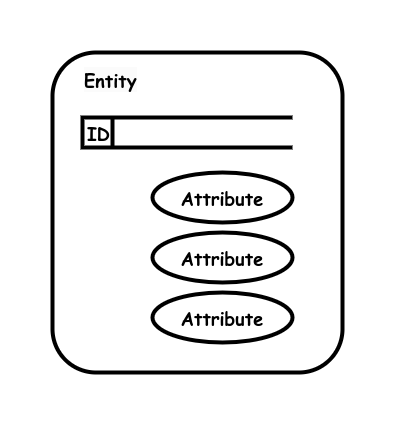
The draw.io diagram images/entity.drawio.png in garfix/architectural-patterns, before a commit. Source tidied: cells renumbered, new cells last; positions are measured from the earlier drawing's top-left corner, leaving out a move shared by most shapes. The source it was exported from:
```xml
<mxGraphModel>
  <root>
    <mxCell id="0" />
    <mxCell id="1" parent="0" />
    <mxCell id="2" value="&lt;b style=&quot;font-size: 18px;&quot;&gt;&lt;br&gt;&lt;/b&gt;" style="rounded=1;whiteSpace=wrap;html=1;strokeWidth=4;fontFamily=Comic Sans MS;fontSize=18;" parent="1" vertex="1">
      <mxGeometry width="290" height="320" as="geometry" />
    </mxCell>
    <mxCell id="3" value="&lt;b style=&quot;border-color: var(--border-color); color: rgb(0, 0, 0); font-family: &amp;quot;Comic Sans MS&amp;quot;; font-size: 18px; font-style: normal; font-variant-ligatures: normal; font-variant-caps: normal; letter-spacing: normal; orphans: 2; text-align: center; text-indent: 0px; text-transform: none; widows: 2; word-spacing: 0px; -webkit-text-stroke-width: 0px; background-color: rgb(251, 251, 251); text-decoration-thickness: initial; text-decoration-style: initial; text-decoration-color: initial;&quot;&gt;Entity&lt;/b&gt;" style="text;whiteSpace=wrap;html=1;" parent="1" vertex="1">
      <mxGeometry x="30" y="10" width="70" height="30" as="geometry" />
    </mxCell>
    <mxCell id="4" value="Attribute" style="ellipse;whiteSpace=wrap;html=1;align=center;fontStyle=1;fontSize=18;fontFamily=Comic Sans MS;strokeWidth=4;" parent="1" vertex="1">
      <mxGeometry x="100" y="120" width="140" height="50" as="geometry" />
    </mxCell>
    <mxCell id="5" value="Attribute" style="ellipse;whiteSpace=wrap;html=1;align=center;fontStyle=1;fontSize=18;fontFamily=Comic Sans MS;strokeWidth=4;" parent="1" vertex="1">
      <mxGeometry x="100" y="180" width="140" height="50" as="geometry" />
    </mxCell>
    <mxCell id="6" value="Attribute" style="ellipse;whiteSpace=wrap;html=1;align=center;fontStyle=1;fontSize=18;fontFamily=Comic Sans MS;strokeWidth=4;" parent="1" vertex="1">
      <mxGeometry x="100" y="240" width="140" height="50" as="geometry" />
    </mxCell>
    <mxCell id="7" value="ID" style="html=1;dashed=0;whiteSpace=wrap;shape=mxgraph.dfd.dataStoreID;align=left;spacingLeft=3;fontSize=18;fontFamily=Comic Sans MS;fontStyle=1;strokeWidth=4;" parent="1" vertex="1">
      <mxGeometry x="30" y="65" width="210" height="30" as="geometry" />
    </mxCell>
  </root>
</mxGraphModel>
```
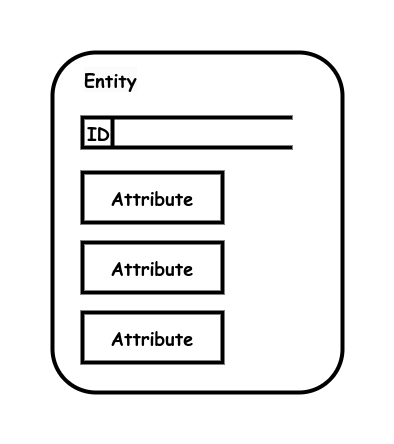
After the commit.

The edit, as a diff of the source:
```diff
@@ -3,22 +3,22 @@
     <mxCell id="0" />
     <mxCell id="1" parent="0" />
     <mxCell id="2" value="&lt;b style=&quot;font-size: 18px;&quot;&gt;&lt;br&gt;&lt;/b&gt;" style="rounded=1;whiteSpace=wrap;html=1;strokeWidth=4;fontFamily=Comic Sans MS;fontSize=18;" parent="1" vertex="1">
-      <mxGeometry width="290" height="320" as="geometry" />
+      <mxGeometry width="290" height="340" as="geometry" />
     </mxCell>
     <mxCell id="3" value="&lt;b style=&quot;border-color: var(--border-color); color: rgb(0, 0, 0); font-family: &amp;quot;Comic Sans MS&amp;quot;; font-size: 18px; font-style: normal; font-variant-ligatures: normal; font-variant-caps: normal; letter-spacing: normal; orphans: 2; text-align: center; text-indent: 0px; text-transform: none; widows: 2; word-spacing: 0px; -webkit-text-stroke-width: 0px; background-color: rgb(251, 251, 251); text-decoration-thickness: initial; text-decoration-style: initial; text-decoration-color: initial;&quot;&gt;Entity&lt;/b&gt;" style="text;whiteSpace=wrap;html=1;" parent="1" vertex="1">
       <mxGeometry x="30" y="10" width="70" height="30" as="geometry" />
     </mxCell>
-    <mxCell id="4" value="Attribute" style="ellipse;whiteSpace=wrap;html=1;align=center;fontStyle=1;fontSize=18;fontFamily=Comic Sans MS;strokeWidth=4;" parent="1" vertex="1">
-      <mxGeometry x="100" y="120" width="140" height="50" as="geometry" />
-    </mxCell>
-    <mxCell id="5" value="Attribute" style="ellipse;whiteSpace=wrap;html=1;align=center;fontStyle=1;fontSize=18;fontFamily=Comic Sans MS;strokeWidth=4;" parent="1" vertex="1">
-      <mxGeometry x="100" y="180" width="140" height="50" as="geometry" />
-    </mxCell>
-    <mxCell id="6" value="Attribute" style="ellipse;whiteSpace=wrap;html=1;align=center;fontStyle=1;fontSize=18;fontFamily=Comic Sans MS;strokeWidth=4;" parent="1" vertex="1">
-      <mxGeometry x="100" y="240" width="140" height="50" as="geometry" />
-    </mxCell>
     <mxCell id="7" value="ID" style="html=1;dashed=0;whiteSpace=wrap;shape=mxgraph.dfd.dataStoreID;align=left;spacingLeft=3;fontSize=18;fontFamily=Comic Sans MS;fontStyle=1;strokeWidth=4;" parent="1" vertex="1">
       <mxGeometry x="30" y="65" width="210" height="30" as="geometry" />
     </mxCell>
+    <mxCell id="8" value="&lt;b style=&quot;font-size: 18px;&quot;&gt;Attribute&lt;br&gt;&lt;/b&gt;" style="rounded=0;whiteSpace=wrap;html=1;strokeWidth=4;fontFamily=Comic Sans MS;fontSize=18;" parent="1" vertex="1">
+      <mxGeometry x="30" y="120" width="140" height="50" as="geometry" />
+    </mxCell>
+    <mxCell id="9" value="&lt;b style=&quot;font-size: 18px;&quot;&gt;Attribute&lt;br&gt;&lt;/b&gt;" style="rounded=0;whiteSpace=wrap;html=1;strokeWidth=4;fontFamily=Comic Sans MS;fontSize=18;" parent="1" vertex="1">
+      <mxGeometry x="30" y="190" width="140" height="50" as="geometry" />
+    </mxCell>
+    <mxCell id="10" value="&lt;b style=&quot;font-size: 18px;&quot;&gt;Attribute&lt;br&gt;&lt;/b&gt;" style="rounded=0;whiteSpace=wrap;html=1;strokeWidth=4;fontFamily=Comic Sans MS;fontSize=18;" parent="1" vertex="1">
+      <mxGeometry x="30" y="260" width="140" height="50" as="geometry" />
+    </mxCell>
   </root>
 </mxGraphModel>
```
